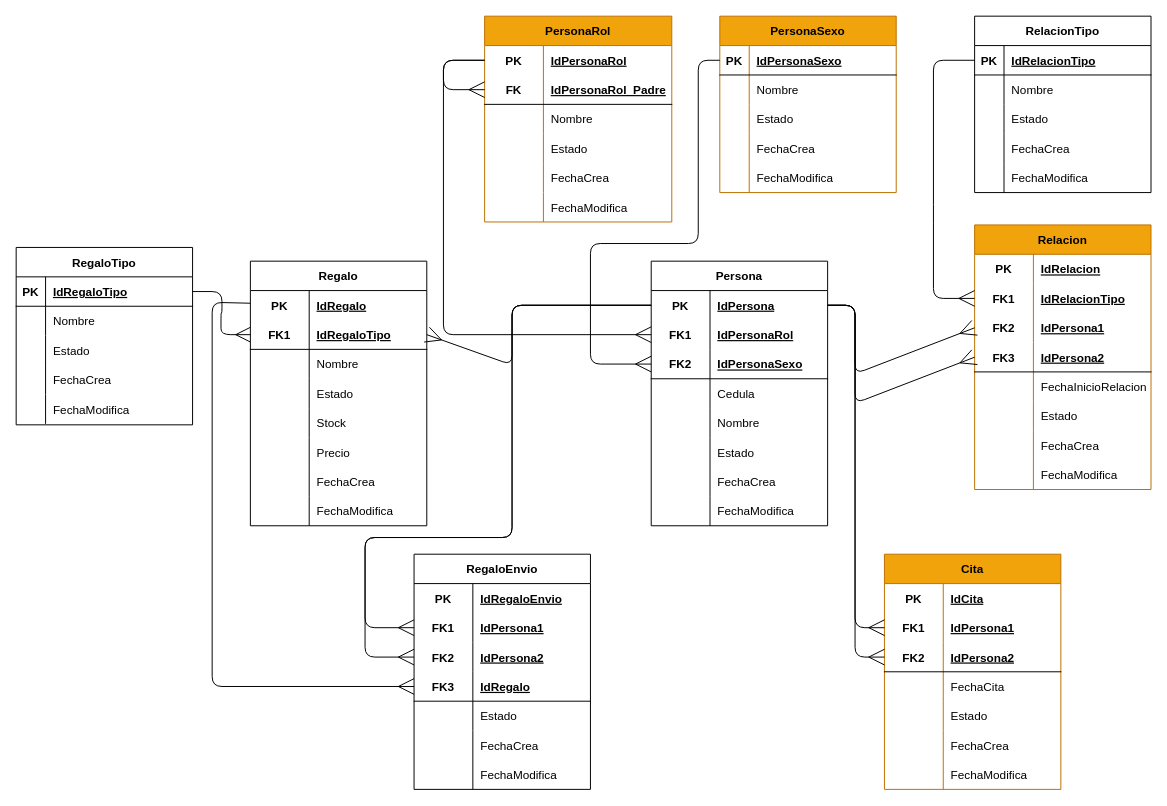
Earlier version of the draw.io diagram Grupo5_PoliTinder/design/Diagrama_database.drawio (EdisonV5329/Grupo5_CodeMasters). Source tidied: cells renumbered, new cells numbered last; positions are measured from the earlier drawing's top-left corner, leaving out a move shared by most shapes. Both pictures are drawn from the tidied source at 98%, with x=0, y=0 at pixel (16, 16).
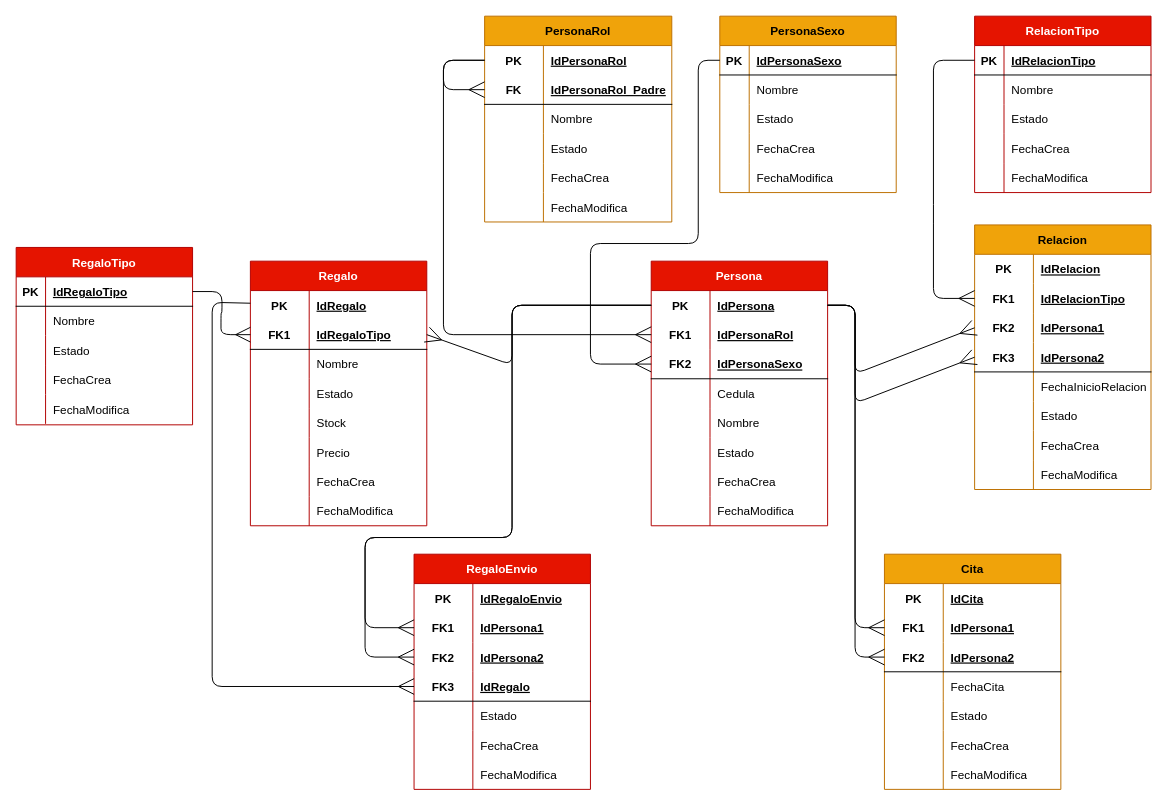
The same diagram, later.

Change to the diagram source:
```diff
@@
-    <mxCell id="2" value="RegaloTipo" style="shape=table;startSize=30;childLayout=tableLayout;rowLines=0;fontStyle=1;align=center;fillColor=none;strokeColor=#000000;fontColor=#000000;" parent="1" vertex="1">
+    <mxCell id="2" value="RegaloTipo" style="shape=table;startSize=30;childLayout=tableLayout;rowLines=0;fontStyle=1;align=center;fillColor=#e51400;strokeColor=#B20000;fontColor=#ffffff;" parent="1" vertex="1">
       <mxGeometry y="236" width="180" height="181" as="geometry" />
     </mxCell>
@@
-    <mxCell id="18" value="Regalo" style="shape=table;startSize=30;childLayout=tableLayout;rowLines=0;fontStyle=1;align=center;strokeColor=#000000;fontColor=#000000;fillColor=none;" parent="1" vertex="1">
+    <mxCell id="18" value="Regalo" style="shape=table;startSize=30;childLayout=tableLayout;rowLines=0;fontStyle=1;align=center;strokeColor=#B20000;fontColor=#ffffff;fillColor=#e51400;" parent="1" vertex="1">
       <mxGeometry x="239" y="250" width="180" height="270" as="geometry" />
     </mxCell>
@@
-    <mxCell id="80" value="RelacionTipo" style="shape=table;startSize=30;childLayout=tableLayout;rowLines=0;fontStyle=1;align=center;strokeColor=#000000;fontColor=#000000;fillColor=none;" parent="1" vertex="1">
+    <mxCell id="80" value="RelacionTipo" style="shape=table;startSize=30;childLayout=tableLayout;rowLines=0;fontStyle=1;align=center;strokeColor=#B20000;fontColor=#ffffff;fillColor=#e51400;" parent="1" vertex="1">
       <mxGeometry x="978" width="180" height="180" as="geometry" />
     </mxCell>
@@
-    <mxCell id="122" value="Persona" style="shape=table;startSize=30;childLayout=tableLayout;rowLines=0;fontStyle=1;align=center;strokeColor=#000000;fontColor=#000000;fillColor=none;" parent="1" vertex="1">
+    <mxCell id="122" value="Persona" style="shape=table;startSize=30;childLayout=tableLayout;rowLines=0;fontStyle=1;align=center;strokeColor=#B20000;fontColor=#ffffff;fillColor=#e51400;" parent="1" vertex="1">
       <mxGeometry x="648" y="250" width="180" height="270" as="geometry" />
     </mxCell>
@@
-    <mxCell id="174" value="RegaloEnvio" style="shape=table;startSize=30;childLayout=tableLayout;rowLines=0;fontStyle=1;align=center;strokeColor=#000000;fontColor=#000000;fillColor=none;" parent="1" vertex="1">
+    <mxCell id="174" value="RegaloEnvio" style="shape=table;startSize=30;childLayout=tableLayout;rowLines=0;fontStyle=1;align=center;strokeColor=#B20000;fontColor=#ffffff;fillColor=#e51400;" parent="1" vertex="1">
       <mxGeometry x="406" y="549" width="180" height="240" as="geometry" />
     </mxCell>
```
